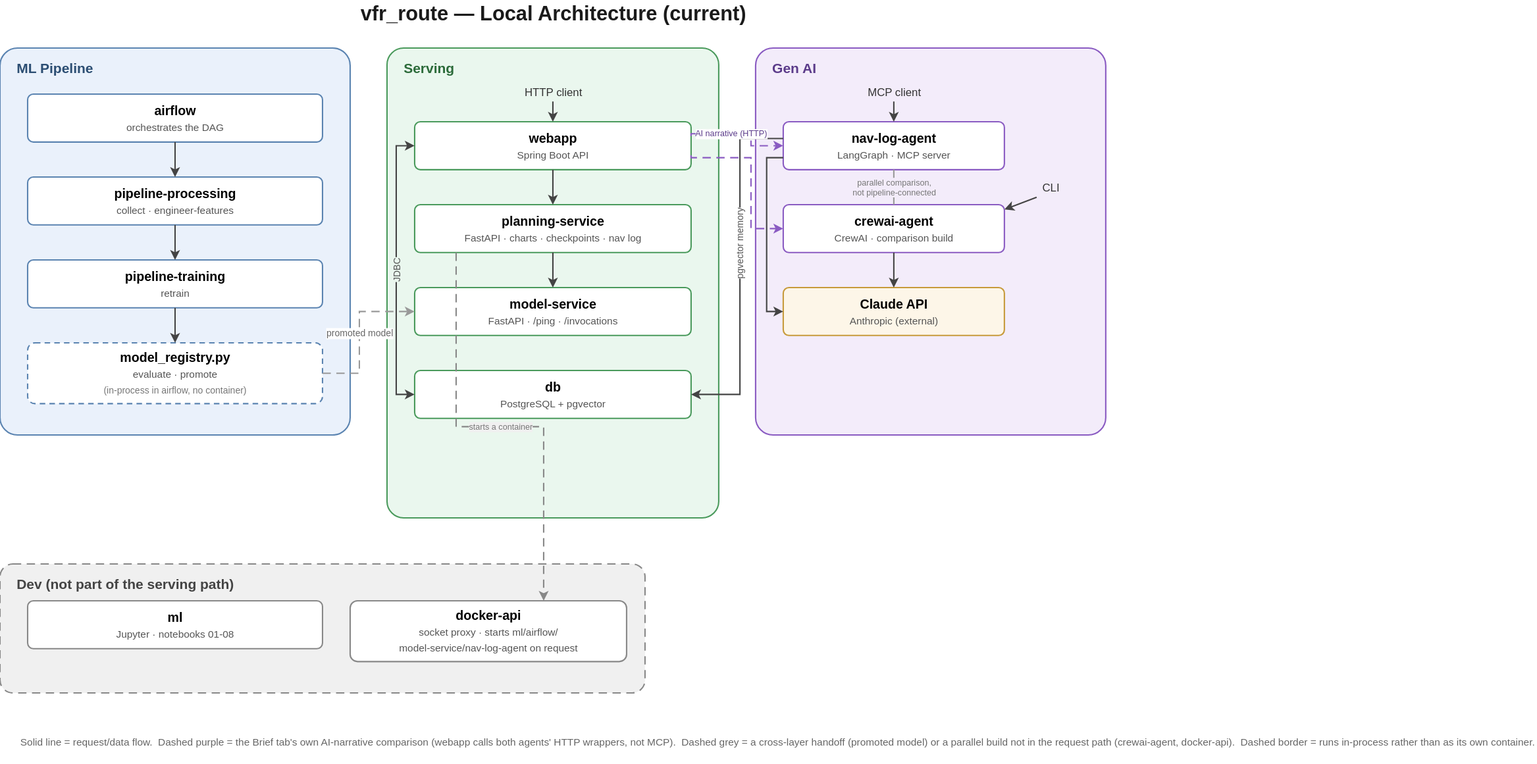
asdaq-samir/flight_plan keeps this draw.io diagram as docs/architecture-current.svg. Above is the earlier version. Source tidied: cells renumbered, new cells last; positions are measured from the earlier drawing's top-left corner, leaving out a move shared by most shapes.
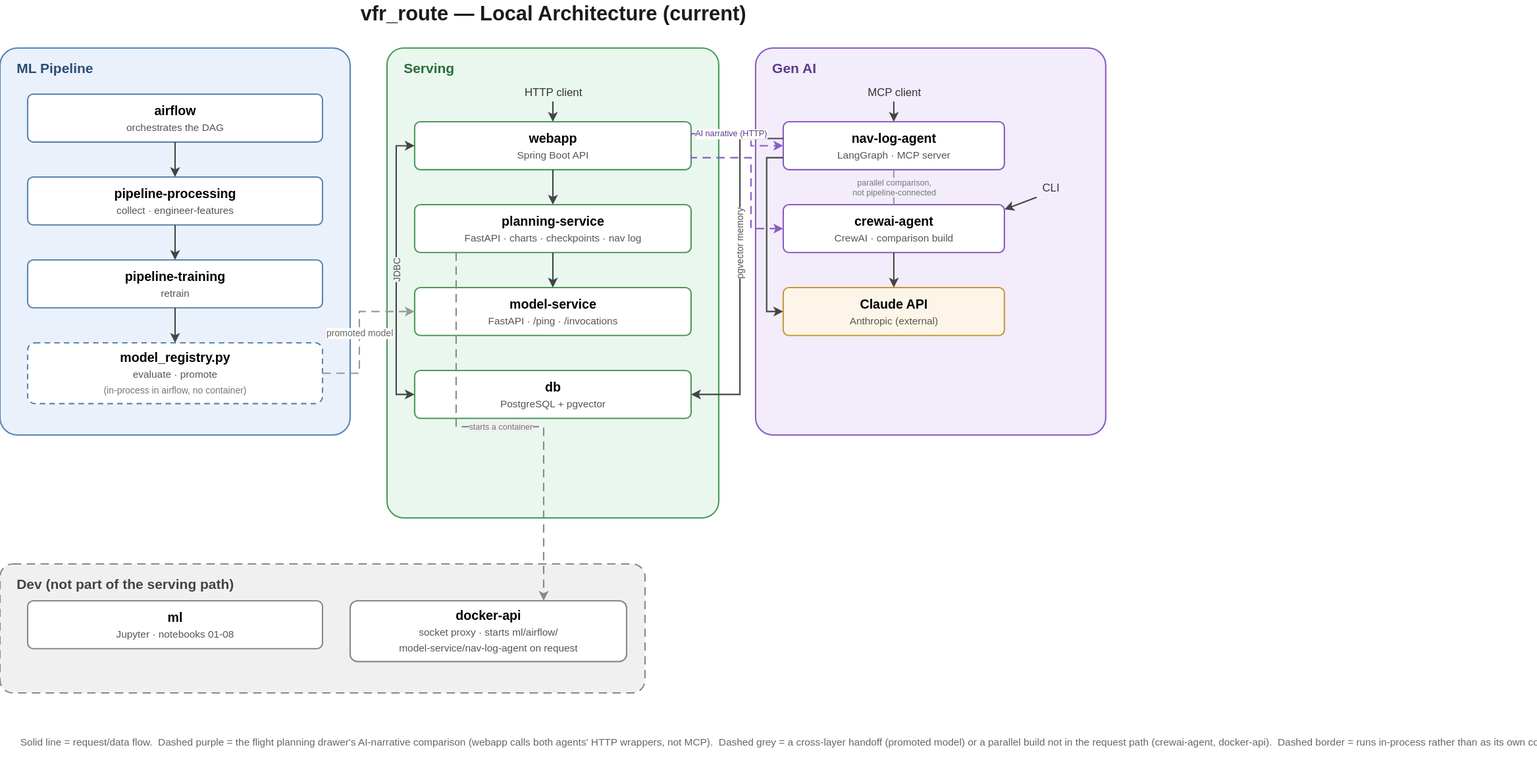
After the commit.

The edit, as a diff of the source:
```diff
@@ -146,7 +146,7 @@
         </Array>
       </mxGeometry>
     </mxCell>
-    <mxCell id="40" value="Solid line = request/data flow.&amp;nbsp; Dashed purple = the Brief tab's own AI-narrative comparison (webapp calls both agents' HTTP wrappers, not MCP).&amp;nbsp; Dashed grey = a cross-layer handoff (promoted model) or a parallel build not in the request path (crewai-agent, docker-api).&amp;nbsp; Dashed border = runs in-process rather than as its own container." style="text;html=1;align=left;verticalAlign=middle;fontSize=11;fontColor=#666666;" parent="1" vertex="1">
+    <mxCell id="40" value="Solid line = request/data flow.&amp;nbsp; Dashed purple = the flight planning drawer's AI-narrative comparison (webapp calls both agents' HTTP wrappers, not MCP).&amp;nbsp; Dashed grey = a cross-layer handoff (promoted model) or a parallel build not in the request path (crewai-agent, docker-api).&amp;nbsp; Dashed border = runs in-process rather than as its own container." style="text;html=1;align=left;verticalAlign=middle;fontSize=11;fontColor=#666666;" parent="1" vertex="1">
       <mxGeometry x="20" y="782" width="1160" height="46" as="geometry" />
     </mxCell>
   </root>
```
